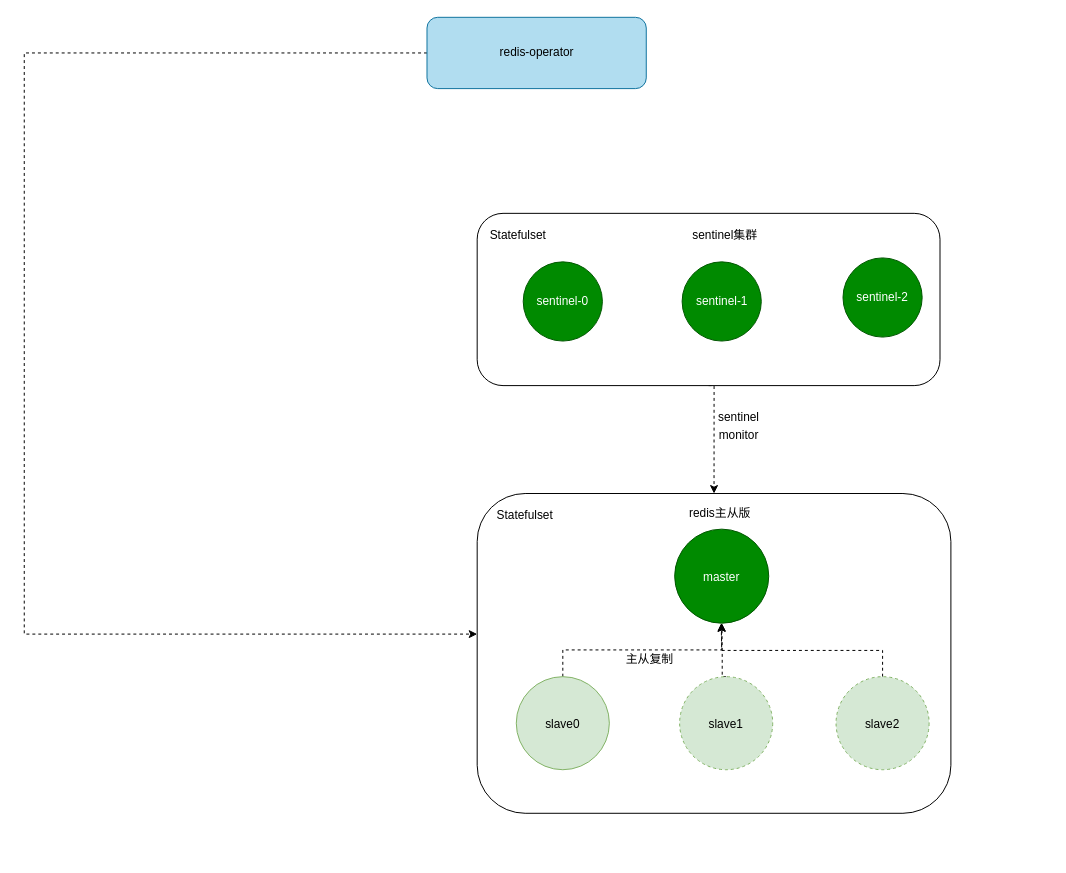
Earlier version of the draw.io diagram diagrams/redis主从版架构.drawio (fengyinqiao/cloudimg). Source tidied: cells renumbered, new cells numbered last; positions are measured from the earlier drawing's top-left corner, leaving out a move shared by most shapes. Both pictures are drawn from the tidied source at 99%, with x=0, y=0 at pixel (24, 17).
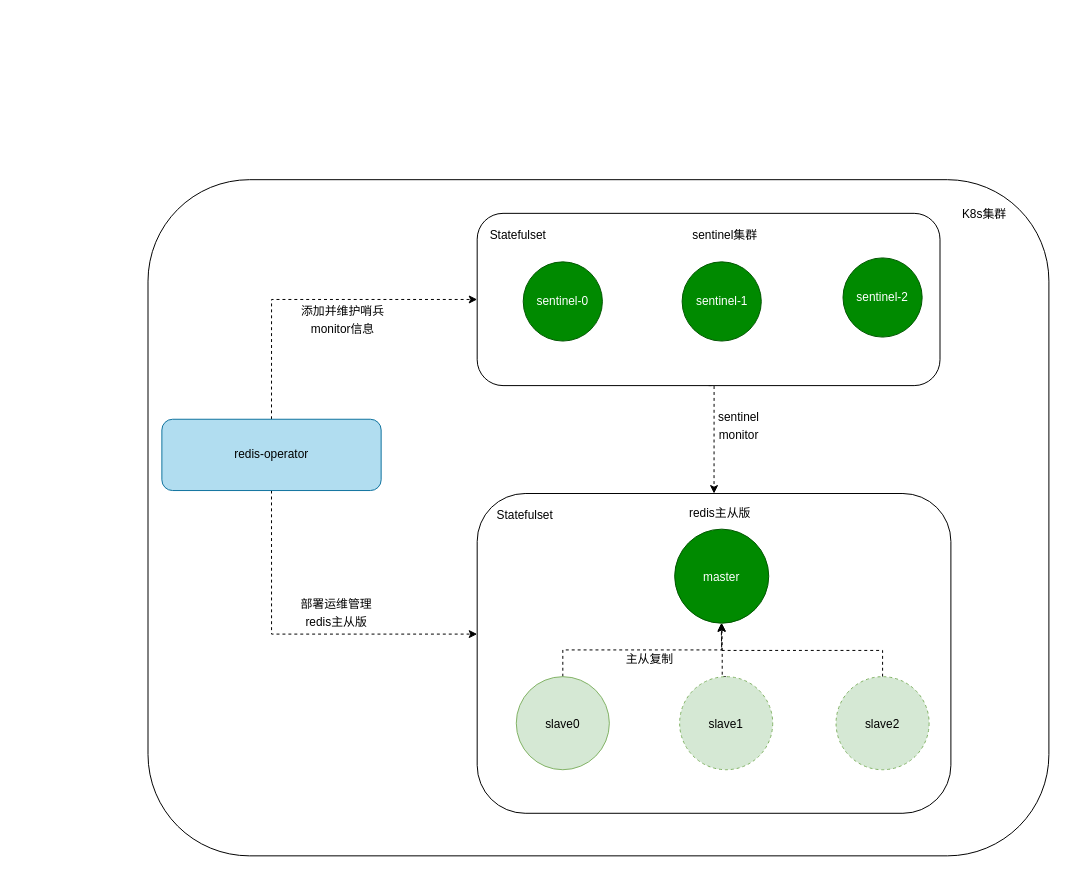
Above is the later version.

Commit message:
更新redis主从版架构.drawio

The change refers to these unchanged cells:
```xml
<mxCell id="2" style="rounded=1;whiteSpace=wrap;html=1;" parent="1" vertex="1">
  <mxGeometry x="457.5" y="481" width="478.5" height="323" as="geometry" />
</mxCell>
<mxCell id="4" style="rounded=1;whiteSpace=wrap;html=1;" parent="1" vertex="1">
  <mxGeometry x="457.5" y="198" width="467.5" height="174" as="geometry" />
</mxCell>
```

What changed in the source:
```diff
@@
+    <mxCell id="23" style="rounded=1;whiteSpace=wrap;html=1;" parent="1" vertex="1">
+      <mxGeometry x="125" y="164" width="910" height="683" as="geometry" />
+    </mxCell>
@@
-    <mxCell id="12" style="edgeStyle=orthogonalEdgeStyle;rounded=0;jettySize=auto;html=1;exitX=0;exitY=0.5;exitDx=0;exitDy=0;dashed=1;" parent="1" edge="1" source="13" target="2">
+    <mxCell id="12" style="edgeStyle=orthogonalEdgeStyle;rounded=0;jettySize=auto;html=1;exitX=0.5;exitY=1;exitDx=0;exitDy=0;dashed=1;" parent="1" edge="1" source="13" target="2">
       <mxGeometry relative="1" as="geometry">
         <Array as="points">
-          <mxPoint y="36" />
-          <mxPoint y="623" />
+          <mxPoint x="250" y="623" />
         </Array>
       </mxGeometry>
     </mxCell>
+    <mxCell id="24" style="edgeStyle=orthogonalEdgeStyle;rounded=0;jettySize=auto;html=1;exitX=0.5;exitY=0;exitDx=0;exitDy=0;entryX=0;entryY=0.5;entryDx=0;entryDy=0;dashed=1;" parent="1" edge="1" source="13" target="4">
+      <mxGeometry relative="1" as="geometry" />
+    </mxCell>
     <mxCell id="13" value="redis-operator" style="rounded=1;whiteSpace=wrap;html=1;fillColor=#b1ddf0;strokeColor=#10739e;" parent="1" vertex="1">
-      <mxGeometry x="406.8" width="221.5" height="72" as="geometry" />
+      <mxGeometry x="139" y="406" width="221.5" height="72" as="geometry" />
     </mxCell>
@@
+    <mxCell id="25" value="&lt;p style=&quot;line-height: 150%;&quot;&gt;添加并维护&lt;span style=&quot;background-color: initial;&quot;&gt;哨兵monitor信息&lt;/span&gt;&lt;/p&gt;" style="text;html=1;strokeColor=none;fillColor=none;align=center;verticalAlign=middle;whiteSpace=wrap;rounded=0;" parent="1" vertex="1">
+      <mxGeometry x="264" y="290" width="116" height="30" as="geometry" />
+    </mxCell>
+    <mxCell id="26" value="&lt;p style=&quot;line-height: 150%;&quot;&gt;部署运维管理redis主从版&lt;/p&gt;" style="text;html=1;strokeColor=none;fillColor=none;align=center;verticalAlign=middle;whiteSpace=wrap;rounded=0;" parent="1" vertex="1">
+      <mxGeometry x="276" y="586" width="79" height="30" as="geometry" />
+    </mxCell>
+    <mxCell id="27" value="K8s集群" style="text;html=1;strokeColor=none;fillColor=none;align=center;verticalAlign=middle;whiteSpace=wrap;rounded=0;" parent="1" vertex="1">
+      <mxGeometry x="940" y="184" width="60" height="30" as="geometry" />
+    </mxCell>
```
